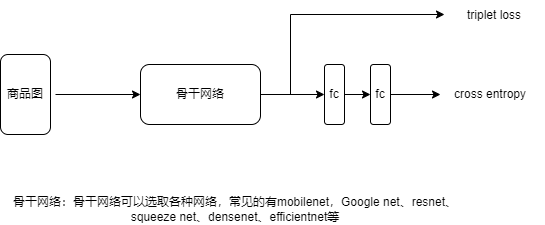
Linranran/my_images keeps this draw.io diagram as sku识别模型结构图.png. Above is the earlier version. Source tidied: cells renumbered, new cells last; positions are measured from the earlier drawing's top-left corner, leaving out a move shared by most shapes. Source of this version:
```xml
<mxGraphModel>
  <root>
    <mxCell id="0" />
    <mxCell id="1" parent="0" />
    <mxCell id="2" style="edgeStyle=orthogonalEdgeStyle;rounded=0;jettySize=auto;html=1;exitX=1;exitY=0.5;exitDx=0;exitDy=0;entryX=0;entryY=0.5;entryDx=0;entryDy=0;" parent="1" edge="1" source="4" target="6">
      <mxGeometry relative="1" as="geometry" />
    </mxCell>
    <mxCell id="3" style="edgeStyle=orthogonalEdgeStyle;rounded=0;jettySize=auto;html=1;exitX=1;exitY=0.5;exitDx=0;exitDy=0;" parent="1" edge="1" source="4" target="10">
      <mxGeometry relative="1" as="geometry">
        <Array as="points">
          <mxPoint x="290" y="14" />
        </Array>
      </mxGeometry>
    </mxCell>
    <mxCell id="4" value="骨干网络" style="rounded=1;whiteSpace=wrap;html=1;" parent="1" vertex="1">
      <mxGeometry x="140" y="64" width="120" height="60" as="geometry" />
    </mxCell>
    <mxCell id="5" style="edgeStyle=orthogonalEdgeStyle;rounded=0;jettySize=auto;html=1;exitX=1;exitY=0.5;exitDx=0;exitDy=0;entryX=0;entryY=0.5;entryDx=0;entryDy=0;" parent="1" edge="1" source="6" target="8">
      <mxGeometry relative="1" as="geometry" />
    </mxCell>
    <mxCell id="6" value="fc" style="rounded=1;whiteSpace=wrap;html=1;" parent="1" vertex="1">
      <mxGeometry x="324" y="64" width="20" height="60" as="geometry" />
    </mxCell>
    <mxCell id="7" style="edgeStyle=orthogonalEdgeStyle;rounded=0;jettySize=auto;html=1;" parent="1" edge="1" source="8" target="9">
      <mxGeometry relative="1" as="geometry" />
    </mxCell>
    <mxCell id="8" value="fc" style="rounded=1;whiteSpace=wrap;html=1;" parent="1" vertex="1">
      <mxGeometry x="370" y="64" width="20" height="60" as="geometry" />
    </mxCell>
    <mxCell id="9" value="cross entropy" style="text;html=1;strokeColor=none;fillColor=none;align=center;verticalAlign=middle;whiteSpace=wrap;rounded=0;" parent="1" vertex="1">
      <mxGeometry x="440" y="79" width="100" height="30" as="geometry" />
    </mxCell>
    <mxCell id="10" value="triplet loss" style="text;html=1;strokeColor=none;fillColor=none;align=center;verticalAlign=middle;whiteSpace=wrap;rounded=0;" parent="1" vertex="1">
      <mxGeometry x="444" width="100" height="30" as="geometry" />
    </mxCell>
    <mxCell id="11" style="edgeStyle=orthogonalEdgeStyle;rounded=0;jettySize=auto;html=1;fontSize=25;" parent="1" edge="1" target="4">
      <mxGeometry relative="1" as="geometry">
        <mxPoint x="55" y="94" as="sourcePoint" />
      </mxGeometry>
    </mxCell>
    <mxCell id="12" value="商品图" style="rounded=1;whiteSpace=wrap;html=1;" parent="1" vertex="1">
      <mxGeometry y="54" width="50" height="80" as="geometry" />
    </mxCell>
    <mxCell id="13" value="骨干网络：骨干网络可以选取各种网络，常见的有mobilenet，Google net、resnet、squeeze net、densenet、efficientnet等" style="text;html=1;strokeColor=none;fillColor=none;align=center;verticalAlign=middle;whiteSpace=wrap;rounded=0;" parent="1" vertex="1">
      <mxGeometry x="10" y="194" width="450" height="30" as="geometry" />
    </mxCell>
  </root>
</mxGraphModel>
```
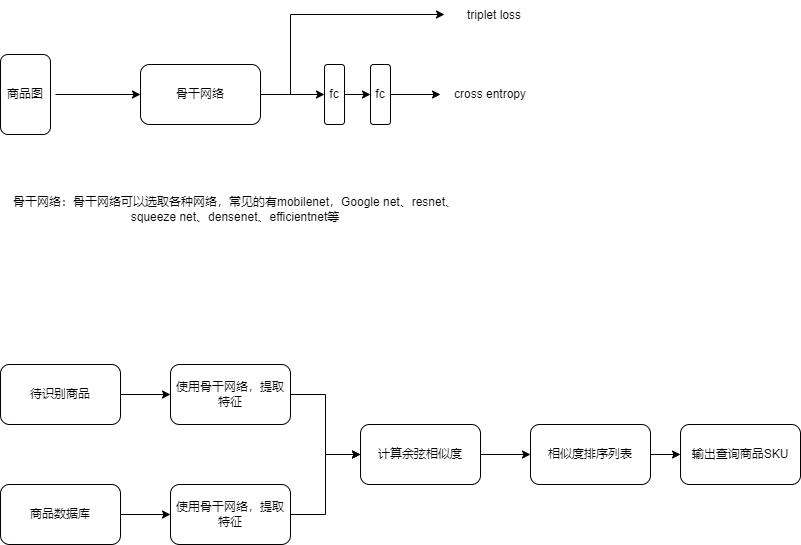
The same file after the commit.

Commit message:
Update sku识别模型结构图.png

Diff of the diagram source:
```diff
@@ -44,5 +44,44 @@
     <mxCell id="13" value="骨干网络：骨干网络可以选取各种网络，常见的有mobilenet，Google net、resnet、squeeze net、densenet、efficientnet等" style="text;html=1;strokeColor=none;fillColor=none;align=center;verticalAlign=middle;whiteSpace=wrap;rounded=0;" parent="1" vertex="1">
       <mxGeometry x="10" y="194" width="450" height="30" as="geometry" />
     </mxCell>
+    <mxCell id="14" style="edgeStyle=orthogonalEdgeStyle;rounded=0;jettySize=auto;html=1;" parent="1" edge="1" source="15" target="19">
+      <mxGeometry relative="1" as="geometry" />
+    </mxCell>
+    <mxCell id="15" value="待识别商品" style="rounded=1;whiteSpace=wrap;html=1;" parent="1" vertex="1">
+      <mxGeometry y="364" width="120" height="60" as="geometry" />
+    </mxCell>
+    <mxCell id="16" style="edgeStyle=orthogonalEdgeStyle;rounded=0;jettySize=auto;html=1;" parent="1" edge="1" source="17" target="21">
+      <mxGeometry relative="1" as="geometry" />
+    </mxCell>
+    <mxCell id="17" value="商品数据库" style="rounded=1;whiteSpace=wrap;html=1;" parent="1" vertex="1">
+      <mxGeometry y="484" width="120" height="60" as="geometry" />
+    </mxCell>
+    <mxCell id="18" style="edgeStyle=orthogonalEdgeStyle;rounded=0;jettySize=auto;html=1;" parent="1" edge="1" source="19" target="23">
+      <mxGeometry relative="1" as="geometry" />
+    </mxCell>
+    <mxCell id="19" value="使用骨干网络，提取特征" style="rounded=1;whiteSpace=wrap;html=1;" parent="1" vertex="1">
+      <mxGeometry x="170" y="364" width="120" height="60" as="geometry" />
+    </mxCell>
+    <mxCell id="20" style="edgeStyle=orthogonalEdgeStyle;rounded=0;jettySize=auto;html=1;" parent="1" edge="1" source="21" target="23">
+      <mxGeometry relative="1" as="geometry" />
+    </mxCell>
+    <mxCell id="21" value="&lt;span style=&quot;font-weight: 400;&quot;&gt;使用骨干网络，提取特征&lt;/span&gt;" style="rounded=1;whiteSpace=wrap;html=1;fontStyle=1;" parent="1" vertex="1">
+      <mxGeometry x="170" y="484" width="120" height="60" as="geometry" />
+    </mxCell>
+    <mxCell id="22" style="edgeStyle=orthogonalEdgeStyle;rounded=0;jettySize=auto;html=1;" parent="1" edge="1" source="23" target="25">
+      <mxGeometry relative="1" as="geometry" />
+    </mxCell>
+    <mxCell id="23" value="计算余弦相似度" style="rounded=1;whiteSpace=wrap;html=1;" parent="1" vertex="1">
+      <mxGeometry x="360" y="424" width="120" height="60" as="geometry" />
+    </mxCell>
+    <mxCell id="24" style="edgeStyle=orthogonalEdgeStyle;rounded=0;jettySize=auto;html=1;" parent="1" edge="1" source="25" target="26">
+      <mxGeometry relative="1" as="geometry" />
+    </mxCell>
+    <mxCell id="25" value="相似度排序列表" style="rounded=1;whiteSpace=wrap;html=1;" parent="1" vertex="1">
+      <mxGeometry x="530" y="424" width="120" height="60" as="geometry" />
+    </mxCell>
+    <mxCell id="26" value="输出查询商品SKU" style="rounded=1;whiteSpace=wrap;html=1;" parent="1" vertex="1">
+      <mxGeometry x="680" y="424" width="120" height="60" as="geometry" />
+    </mxCell>
   </root>
 </mxGraphModel>
```
